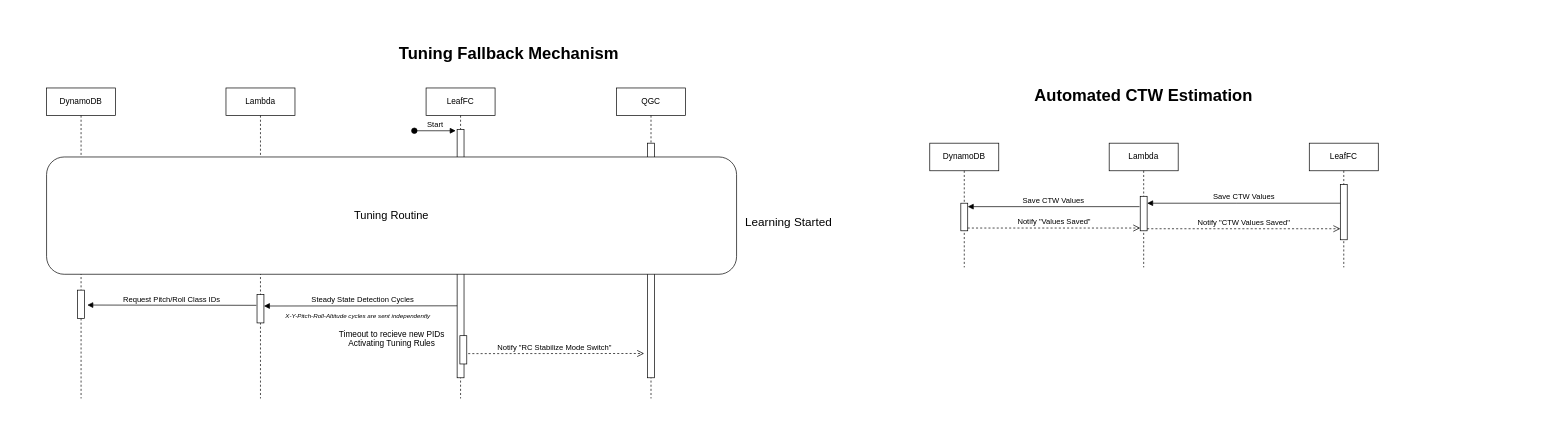
The draw.io diagram Guide/HEAR Software/Flight Modes/Modes Sequence Diagrams/Common.drawio in DroneLeaf/HEAR_wiki, before the edit. Source tidied: cells renumbered, new cells numbered last; positions are measured from the earlier drawing's top-left corner, leaving out a move shared by most shapes. Both pictures are drawn from the tidied source at 69%, with x=0, y=0 at pixel (4, 39).
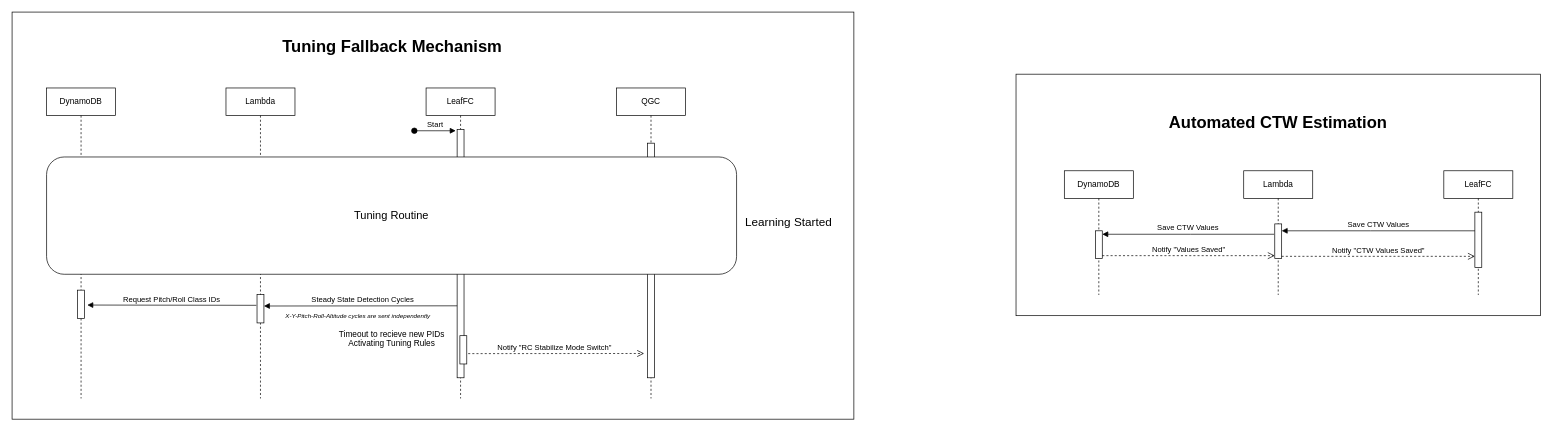
The same page after the edit.

The change refers to these unchanged cells:
```xml
<mxCell id="21" style="html=1;points=[];perimeter=orthogonalPerimeter;outlineConnect=0;targetShapes=umlLifeline;portConstraint=eastwest;newEdgeStyle={&quot;edgeStyle&quot;:&quot;elbowEdgeStyle&quot;,&quot;elbow&quot;:&quot;vertical&quot;,&quot;curved&quot;:0,&quot;rounded&quot;:0};" parent="20" vertex="1">
  <mxGeometry x="45" y="77" width="10" height="50" as="geometry" />
</mxCell>
<mxCell id="23" style="html=1;points=[];perimeter=orthogonalPerimeter;outlineConnect=0;targetShapes=umlLifeline;portConstraint=eastwest;newEdgeStyle={&quot;edgeStyle&quot;:&quot;elbowEdgeStyle&quot;,&quot;elbow&quot;:&quot;vertical&quot;,&quot;curved&quot;:0,&quot;rounded&quot;:0};" parent="22" vertex="1">
  <mxGeometry x="45" y="87" width="10" height="40" as="geometry" />
</mxCell>
```

Diff of the diagram source:
```diff
@@
+    <mxCell id="31" style="rounded=0;whiteSpace=wrap;html=1;" parent="1" vertex="1">
+      <mxGeometry x="11" y="-40" width="1220" height="590" as="geometry" />
+    </mxCell>
+    <mxCell id="32" style="rounded=0;whiteSpace=wrap;html=1;" parent="1" vertex="1">
+      <mxGeometry x="1466" y="50" width="760" height="350" as="geometry" />
+    </mxCell>
@@
     <mxCell id="10" value="Tuning Fallback Mechanism" style="text;html=1;align=left;verticalAlign=top;strokeColor=none;fillColor=none;fontStyle=1;fontSize=24;" parent="1" vertex="1">
-      <mxGeometry x="570" width="320" height="40" as="geometry" />
+      <mxGeometry x="401" y="-10" width="320" height="40" as="geometry" />
     </mxCell>
@@
     <mxCell id="18" value="Automated CTW Estimation" style="text;html=1;align=left;verticalAlign=top;strokeColor=none;fillColor=none;fontStyle=1;fontSize=24;" parent="1" vertex="1">
-      <mxGeometry x="1491" y="60" width="320" height="40" as="geometry" />
+      <mxGeometry x="1686" y="100" width="320" height="40" as="geometry" />
     </mxCell>
     <mxCell id="19" value="LeafFC" style="shape=umlLifeline;perimeter=lifelinePerimeter;whiteSpace=wrap;html=1;newEdgeStyle={&quot;edgeStyle&quot;:&quot;elbowEdgeStyle&quot;,&quot;elbow&quot;:&quot;vertical&quot;,&quot;curved&quot;:0,&quot;rounded&quot;:0};" parent="1" vertex="1">
-      <mxGeometry x="1891" y="150" width="100" height="180" as="geometry" />
+      <mxGeometry x="2086" y="190" width="100" height="180" as="geometry" />
     </mxCell>
     <mxCell id="20" value="Lambda" style="shape=umlLifeline;perimeter=lifelinePerimeter;whiteSpace=wrap;html=1;newEdgeStyle={&quot;edgeStyle&quot;:&quot;elbowEdgeStyle&quot;,&quot;elbow&quot;:&quot;vertical&quot;,&quot;curved&quot;:0,&quot;rounded&quot;:0};" parent="1" vertex="1">
-      <mxGeometry x="1601" y="150" width="100" height="180" as="geometry" />
+      <mxGeometry x="1796" y="190" width="100" height="180" as="geometry" />
     </mxCell>
@@
     <mxCell id="22" value="&lt;div&gt;DynamoDB&lt;/div&gt;" style="shape=umlLifeline;perimeter=lifelinePerimeter;whiteSpace=wrap;html=1;newEdgeStyle={&quot;edgeStyle&quot;:&quot;elbowEdgeStyle&quot;,&quot;elbow&quot;:&quot;vertical&quot;,&quot;curved&quot;:0,&quot;rounded&quot;:0};" parent="1" vertex="1">
-      <mxGeometry x="1341" y="150" width="100" height="180" as="geometry" />
+      <mxGeometry x="1536" y="190" width="100" height="180" as="geometry" />
     </mxCell>
@@
     <mxCell id="24" style="html=1;perimeter=orthogonalPerimeter;targetShapes=umlLifeline;newEdgeStyle={&quot;edgeStyle&quot;:&quot;elbowEdgeStyle&quot;,&quot;elbow&quot;:&quot;vertical&quot;,&quot;curved&quot;:0,&quot;rounded&quot;:0};" parent="1" vertex="1">
-      <mxGeometry x="1936" y="210" width="10" height="80" as="geometry" />
+      <mxGeometry x="2131" y="250" width="10" height="80" as="geometry" />
     </mxCell>
     <mxCell id="25" value="Save CTW Values" style="html=1;verticalAlign=bottom;endArrow=block;edgeStyle=elbowEdgeStyle;elbow=vertical;curved=0;rounded=0;" parent="1" edge="1" target="21">
       <mxGeometry relative="1" as="geometry">
-        <mxPoint x="1936" y="237" as="sourcePoint" />
+        <mxPoint x="2131" y="277" as="sourcePoint" />
         <Array as="points">
-          <mxPoint x="1785" y="237" />
+          <mxPoint x="1980" y="277" />
         </Array>
       </mxGeometry>
     </mxCell>
     <mxCell id="26" value="Save CTW Values" style="html=1;verticalAlign=bottom;endArrow=block;edgeStyle=elbowEdgeStyle;elbow=vertical;curved=0;rounded=0;" parent="1" edge="1" target="23">
       <mxGeometry relative="1" as="geometry">
-        <mxPoint x="1645" y="242" as="sourcePoint" />
+        <mxPoint x="1840" y="282" as="sourcePoint" />
         <Array as="points">
-          <mxPoint x="1524" y="242" />
+          <mxPoint x="1719" y="282" />
         </Array>
       </mxGeometry>
     </mxCell>
     <mxCell id="27" value="Notify &quot;Values Saved&quot;" style="html=1;verticalAlign=bottom;endArrow=open;dashed=1;endSize=8;edgeStyle=elbowEdgeStyle;elbow=vertical;curved=0;rounded=0;" parent="1" edge="1">
       <mxGeometry relative="1" as="geometry">
-        <mxPoint x="1396" y="273" as="sourcePoint" />
-        <mxPoint x="1646" y="273" as="targetPoint" />
+        <mxPoint x="1591" y="313" as="sourcePoint" />
+        <mxPoint x="1841" y="313" as="targetPoint" />
         <Array as="points">
-          <mxPoint x="1479" y="273" />
+          <mxPoint x="1674" y="313" />
         </Array>
       </mxGeometry>
     </mxCell>
     <mxCell id="28" value="Notify &quot;CTW Values Saved&quot;" style="html=1;verticalAlign=bottom;endArrow=open;dashed=1;endSize=8;edgeStyle=elbowEdgeStyle;elbow=vertical;curved=0;rounded=0;" parent="1" edge="1">
       <mxGeometry relative="1" as="geometry">
-        <mxPoint x="1656" y="274" as="sourcePoint" />
-        <mxPoint x="1936" y="274" as="targetPoint" />
+        <mxPoint x="1851" y="314" as="sourcePoint" />
+        <mxPoint x="2131" y="314" as="targetPoint" />
         <Array as="points">
-          <mxPoint x="1739" y="274" />
+          <mxPoint x="1934" y="314" />
         </Array>
       </mxGeometry>
     </mxCell>
```
